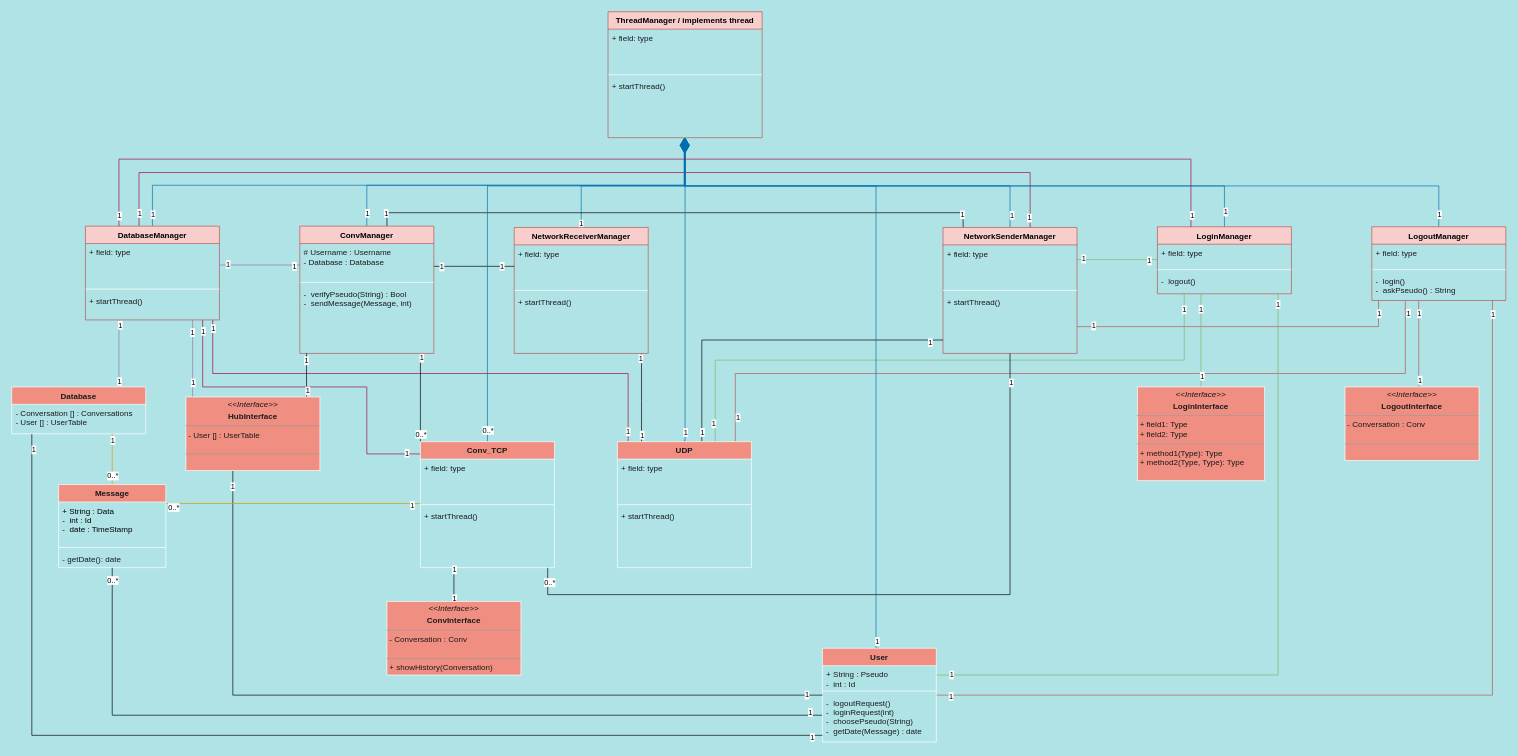
Before: Class Diagram-Copy of Project_class_diagram.drawio.xml in PapeYo/UML_Project, a draw.io diagram. Source tidied: cells renumbered, new cells numbered last; positions are measured from the earlier drawing's top-left corner, leaving out a move shared by most shapes. Both pictures are drawn from the tidied source at 67%, with x=0, y=0 at pixel (11, 11).
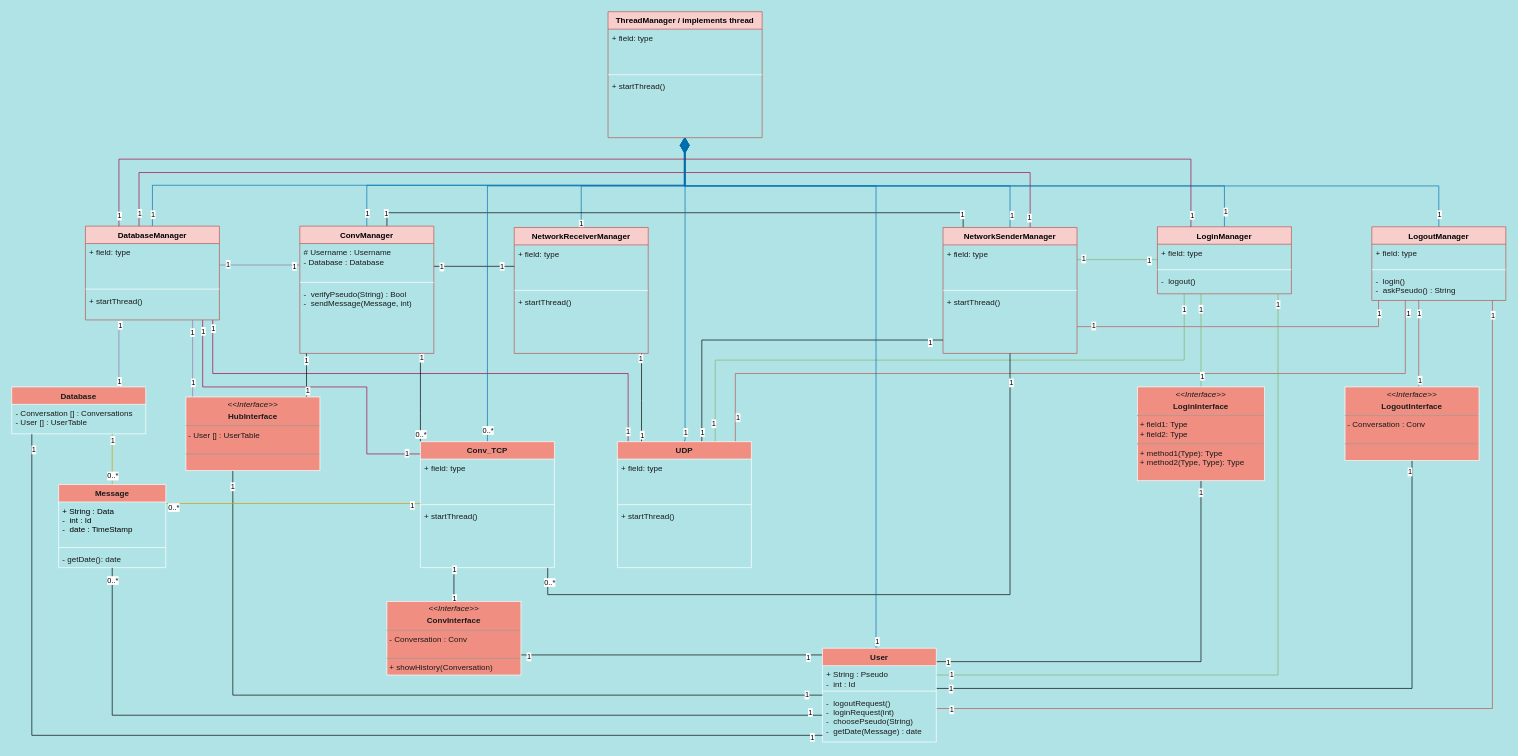
The same page after the edit.

The change refers to these unchanged cells:
```xml
<mxCell id="53" value="LogoutManager" style="swimlane;fontStyle=1;align=center;verticalAlign=top;horizontal=1;startSize=26;fillColor=#f8cecc;strokeColor=#b85450;" parent="1" vertex="1">
  <mxGeometry x="2030" y="321" width="200" height="110" as="geometry" />
</mxCell>
<mxCell id="103" value="User" style="swimlane;fontStyle=1;align=center;verticalAlign=top;horizontal=1;startSize=26;strokeColor=#FFFFFF;fontColor=#1A1A1A;fillColor=#F08E81;" parent="1" vertex="1">
  <mxGeometry x="1210" y="950" width="170" height="140" as="geometry" />
</mxCell>
<mxCell id="110" value="&lt;p style=&quot;margin:0px;margin-top:4px;text-align:center;&quot;&gt;&lt;i&gt;&amp;lt;&amp;lt;Interface&amp;gt;&amp;gt;&lt;/i&gt;&lt;/p&gt;&lt;p style=&quot;margin:0px;margin-top:4px;text-align:center;&quot;&gt;&lt;b&gt;ConvInterface&lt;/b&gt;&lt;br&gt;&lt;/p&gt;&lt;hr size=&quot;1&quot;&gt;&lt;p style=&quot;margin:0px;margin-left:4px;&quot;&gt;- Conversation : Conv&lt;br&gt;&lt;br&gt;&lt;/p&gt;&lt;hr size=&quot;1&quot;&gt;&lt;p style=&quot;margin:0px;margin-left:4px;&quot;&gt;+ showHistory(Conversation)&lt;/p&gt;" style="verticalAlign=top;align=left;overflow=fill;fontSize=12;fontFamily=Helvetica;html=1;fillColor=#F08E81;strokeColor=#FFFFFF;fontColor=#1A1A1A;" parent="1" vertex="1">
  <mxGeometry x="560" y="880" width="200" height="110" as="geometry" />
</mxCell>
<mxCell id="114" value="&lt;p style=&quot;margin:0px;margin-top:4px;text-align:center;&quot;&gt;&lt;i&gt;&amp;lt;&amp;lt;Interface&amp;gt;&amp;gt;&lt;/i&gt;&lt;/p&gt;&lt;p style=&quot;margin:0px;margin-top:4px;text-align:center;&quot;&gt;&lt;b&gt;LogoutInterface&lt;/b&gt;&lt;br&gt;&lt;/p&gt;&lt;hr size=&quot;1&quot;&gt;&lt;p style=&quot;margin:0px;margin-left:4px;&quot;&gt;- Conversation : Conv&lt;br&gt;&lt;br&gt;&lt;/p&gt;&lt;hr size=&quot;1&quot;&gt;&lt;p style=&quot;margin:0px;margin-left:4px;&quot;&gt;&lt;br&gt;&lt;/p&gt;" style="verticalAlign=top;align=left;overflow=fill;fontSize=12;fontFamily=Helvetica;html=1;fillColor=#F08E81;strokeColor=#FFFFFF;fontColor=#1A1A1A;" parent="1" vertex="1">
  <mxGeometry x="1990" y="560" width="200" height="110" as="geometry" />
</mxCell>
<mxCell id="118" value="&lt;p style=&quot;margin:0px;margin-top:4px;text-align:center;&quot;&gt;&lt;i&gt;&amp;lt;&amp;lt;Interface&amp;gt;&amp;gt;&lt;/i&gt;&lt;b&gt;&lt;br&gt;&lt;/b&gt;&lt;/p&gt;&lt;p style=&quot;margin:0px;margin-top:4px;text-align:center;&quot;&gt;&lt;b&gt;LoginInterface&lt;/b&gt;&lt;br&gt;&lt;/p&gt;&lt;hr size=&quot;1&quot;&gt;&lt;p style=&quot;margin:0px;margin-left:4px;&quot;&gt;+ field1: Type&lt;br&gt;+ field2: Type&lt;/p&gt;&lt;hr size=&quot;1&quot;&gt;&lt;p style=&quot;margin:0px;margin-left:4px;&quot;&gt;+ method1(Type): Type&lt;br&gt;+ method2(Type, Type): Type&lt;/p&gt;" style="verticalAlign=top;align=left;overflow=fill;fontSize=12;fontFamily=Helvetica;html=1;strokeColor=#FFFFFF;fontColor=#1A1A1A;fillColor=#F08E81;" parent="1" vertex="1">
  <mxGeometry x="1680" y="560" width="190" height="140" as="geometry" />
</mxCell>
```

What changed in the source:
```diff
@@
     <mxCell id="97" style="edgeStyle=orthogonalEdgeStyle;rounded=0;jettySize=auto;html=1;startArrow=none;startFill=0;endArrow=none;endFill=0;startSize=6;endSize=20;fillColor=#f8cecc;strokeColor=#b85450;" parent="1" edge="1" source="103" target="53">
       <mxGeometry relative="1" as="geometry">
         <Array as="points">
-          <mxPoint x="2210" y="1020" />
+          <mxPoint x="2210" y="1040" />
         </Array>
       </mxGeometry>
     </mxCell>
@@
+    <mxCell id="153" style="edgeStyle=orthogonalEdgeStyle;rounded=0;jettySize=auto;html=1;endArrow=none;endFill=0;" parent="1" edge="1" source="103" target="118">
+      <mxGeometry relative="1" as="geometry">
+        <Array as="points">
+          <mxPoint x="1775" y="970" />
+        </Array>
+      </mxGeometry>
+    </mxCell>
+    <mxCell id="154" value="1" style="edgeLabel;html=1;align=center;verticalAlign=middle;" parent="153" vertex="1">
+      <mxGeometry x="-0.95" relative="1" as="geometry" />
+    </mxCell>
+    <mxCell id="155" value="1" style="edgeLabel;html=1;align=center;verticalAlign=middle;" parent="153" vertex="1">
+      <mxGeometry x="0.95" y="1" relative="1" as="geometry" />
+    </mxCell>
+    <mxCell id="156" style="edgeStyle=orthogonalEdgeStyle;rounded=0;jettySize=auto;html=1;endArrow=none;endFill=0;" parent="1" edge="1" source="103" target="114">
+      <mxGeometry relative="1" as="geometry">
+        <Array as="points">
+          <mxPoint x="2090" y="1010" />
+        </Array>
+      </mxGeometry>
+    </mxCell>
+    <mxCell id="157" value="1" style="edgeLabel;html=1;align=center;verticalAlign=middle;" parent="156" vertex="1">
+      <mxGeometry x="-0.96" relative="1" as="geometry" />
+    </mxCell>
+    <mxCell id="158" value="1" style="edgeLabel;html=1;align=center;verticalAlign=middle;" parent="156" vertex="1">
+      <mxGeometry x="0.97" y="4" relative="1" as="geometry" />
+    </mxCell>
+    <mxCell id="159" style="edgeStyle=orthogonalEdgeStyle;rounded=0;jettySize=auto;html=1;endArrow=none;endFill=0;" parent="1" edge="1" source="103" target="110">
+      <mxGeometry relative="1" as="geometry">
+        <Array as="points">
+          <mxPoint x="870" y="960" />
+          <mxPoint x="870" y="960" />
+        </Array>
+      </mxGeometry>
+    </mxCell>
+    <mxCell id="160" value="1" style="edgeLabel;html=1;align=center;verticalAlign=middle;" parent="159" vertex="1">
+      <mxGeometry x="0.95" y="2" relative="1" as="geometry" />
+    </mxCell>
+    <mxCell id="161" value="1" style="edgeLabel;html=1;align=center;verticalAlign=middle;" parent="159" vertex="1">
+      <mxGeometry x="-0.9" y="3" relative="1" as="geometry" />
+    </mxCell>
```
